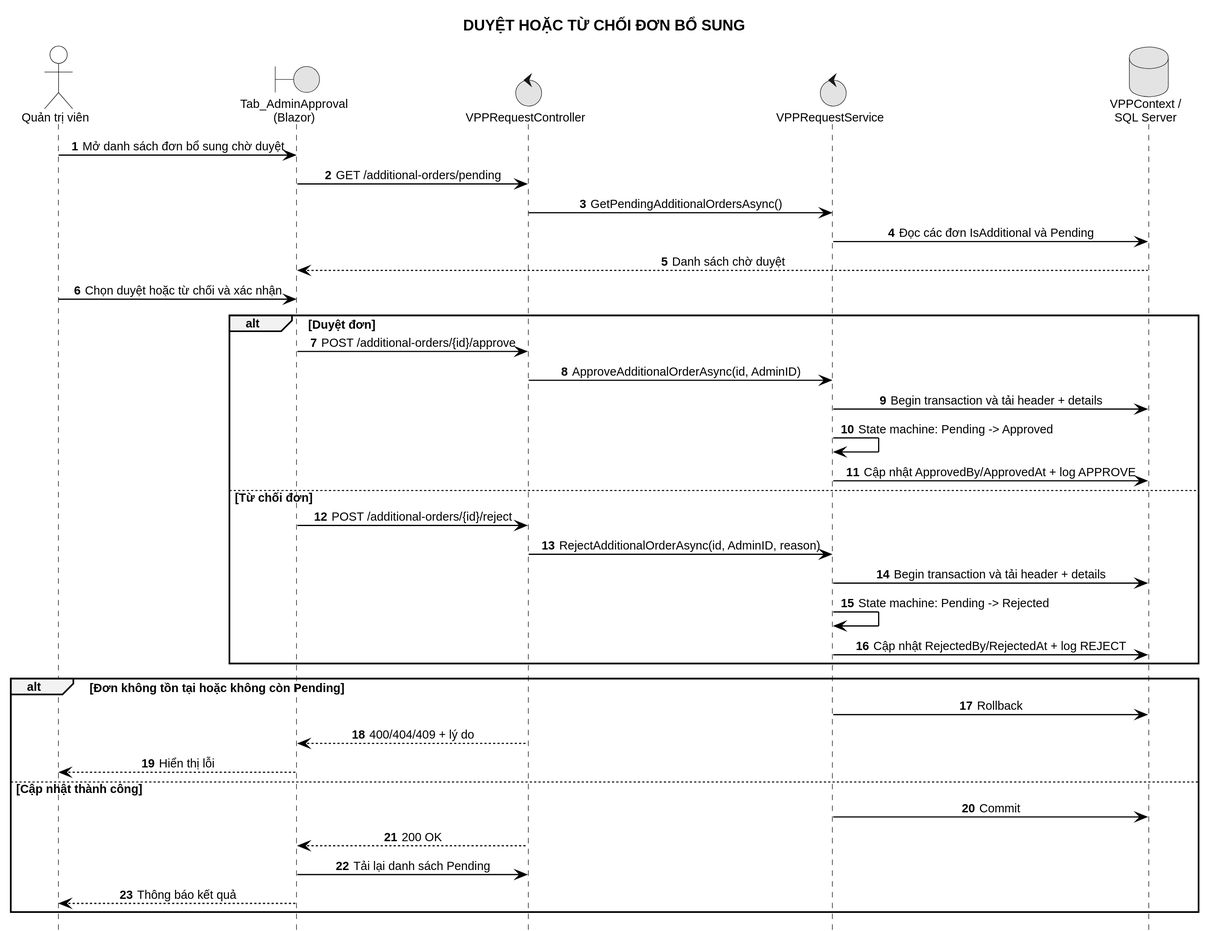
Earlier version of the PlantUML export LVTN/diagrams/ch03/sequence-approve-additional-request.svg (Miikey24s/gtas_vpp). Its diagram source:
```plantuml
@startuml
!include ../common/sequence-style.puml
title DUYỆT HOẶC TỪ CHỐI ĐƠN BỔ SUNG

actor "Quản trị viên" as Admin
boundary "Tab_AdminApproval\n(Blazor)" as FE
control "VPPRequestController" as API
control "VPPRequestService" as Service
database "VPPContext /\nSQL Server" as DB

Admin -> FE : Mở danh sách đơn bổ sung chờ duyệt
FE -> API : GET /additional-orders/pending
API -> Service : GetPendingAdditionalOrdersAsync()
Service -> DB : Đọc các đơn IsAdditional và Pending
DB --> FE : Danh sách chờ duyệt
Admin -> FE : Chọn duyệt hoặc từ chối và xác nhận

alt Duyệt đơn
  FE -> API : POST /additional-orders/{id}/approve
  API -> Service : ApproveAdditionalOrderAsync(id, AdminID)
  Service -> DB : Begin transaction và tải header + details
  Service -> Service : State machine: Pending -> Approved
  Service -> DB : Cập nhật ApprovedBy/ApprovedAt + log APPROVE
else Từ chối đơn
  FE -> API : POST /additional-orders/{id}/reject
  API -> Service : RejectAdditionalOrderAsync(id, AdminID, reason)
  Service -> DB : Begin transaction và tải header + details
  Service -> Service : State machine: Pending -> Rejected
  Service -> DB : Cập nhật RejectedBy/RejectedAt + log REJECT
end

alt Đơn không tồn tại hoặc không còn Pending
  Service -> DB : Rollback
  API --> FE : 400/404/409 + lý do
  FE --> Admin : Hiển thị lỗi
else Cập nhật thành công
  Service -> DB : Commit
  API --> FE : 200 OK
  FE -> API : Tải lại danh sách Pending
  FE --> Admin : Thông báo kết quả
end
@enduml
```
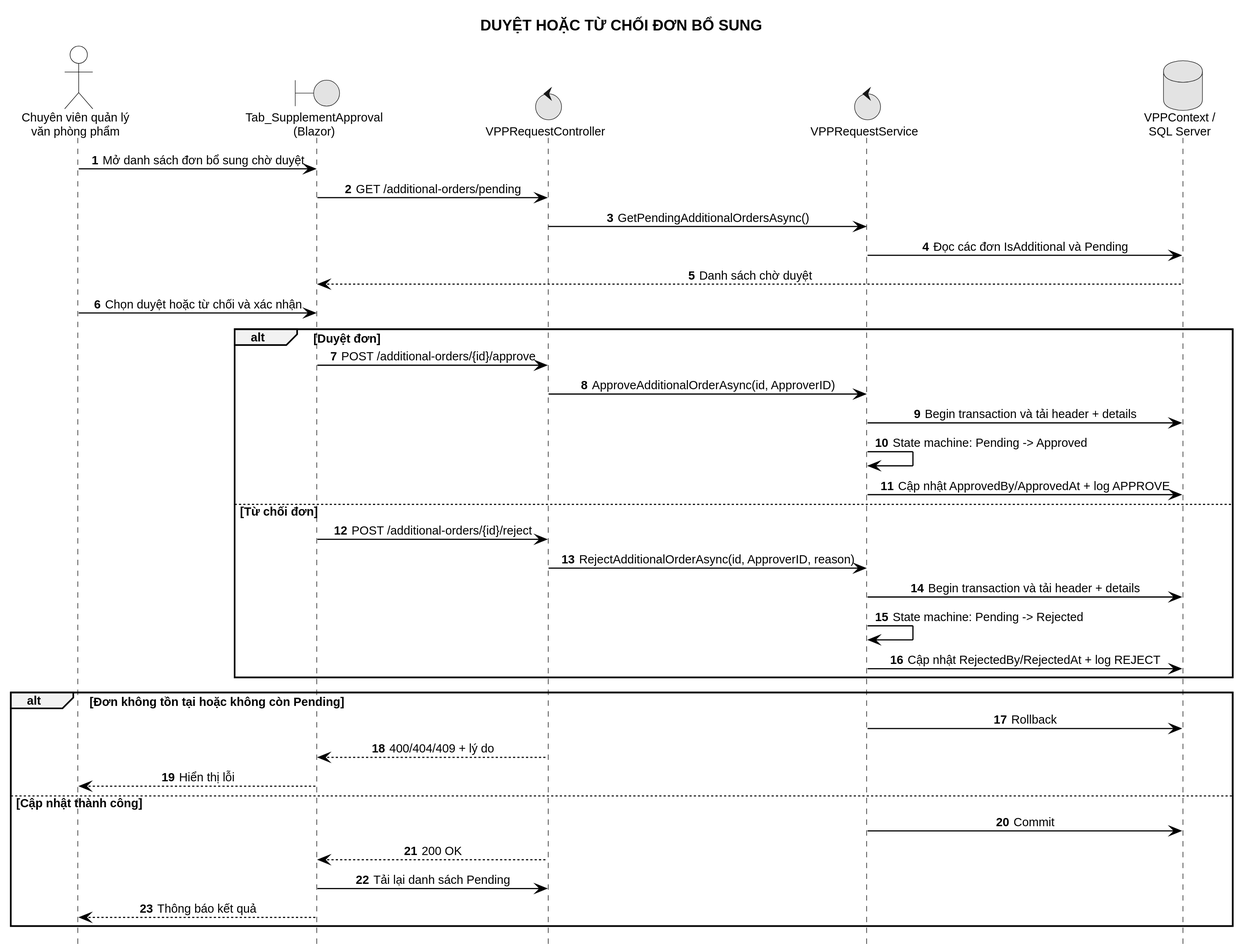
After the change.

What changed in the source:
```diff
@@ -2,28 +2,28 @@
 !include ../common/sequence-style.puml
 title DUYỆT HOẶC TỪ CHỐI ĐƠN BỔ SUNG
 
-actor "Quản trị viên" as Admin
-boundary "Tab_AdminApproval\n(Blazor)" as FE
+actor "Chuyên viên quản lý\nvăn phòng phẩm" as Procurement
+boundary "Tab_SupplementApproval\n(Blazor)" as FE
 control "VPPRequestController" as API
 control "VPPRequestService" as Service
 database "VPPContext /\nSQL Server" as DB
 
-Admin -> FE : Mở danh sách đơn bổ sung chờ duyệt
+Procurement -> FE : Mở danh sách đơn bổ sung chờ duyệt
 FE -> API : GET /additional-orders/pending
 API -> Service : GetPendingAdditionalOrdersAsync()
 Service -> DB : Đọc các đơn IsAdditional và Pending
 DB --> FE : Danh sách chờ duyệt
-Admin -> FE : Chọn duyệt hoặc từ chối và xác nhận
+Procurement -> FE : Chọn duyệt hoặc từ chối và xác nhận
 
 alt Duyệt đơn
   FE -> API : POST /additional-orders/{id}/approve
-  API -> Service : ApproveAdditionalOrderAsync(id, AdminID)
+  API -> Service : ApproveAdditionalOrderAsync(id, ApproverID)
   Service -> DB : Begin transaction và tải header + details
   Service -> Service : State machine: Pending -> Approved
   Service -> DB : Cập nhật ApprovedBy/ApprovedAt + log APPROVE
 else Từ chối đơn
   FE -> API : POST /additional-orders/{id}/reject
-  API -> Service : RejectAdditionalOrderAsync(id, AdminID, reason)
+  API -> Service : RejectAdditionalOrderAsync(id, ApproverID, reason)
   Service -> DB : Begin transaction và tải header + details
   Service -> Service : State machine: Pending -> Rejected
   Service -> DB : Cập nhật RejectedBy/RejectedAt + log REJECT
@@ -32,11 +32,11 @@
 alt Đơn không tồn tại hoặc không còn Pending
   Service -> DB : Rollback
   API --> FE : 400/404/409 + lý do
-  FE --> Admin : Hiển thị lỗi
+  FE --> Procurement : Hiển thị lỗi
 else Cập nhật thành công
   Service -> DB : Commit
   API --> FE : 200 OK
   FE -> API : Tải lại danh sách Pending
-  FE --> Admin : Thông báo kết quả
+  FE --> Procurement : Thông báo kết quả
 end
 @enduml
```
